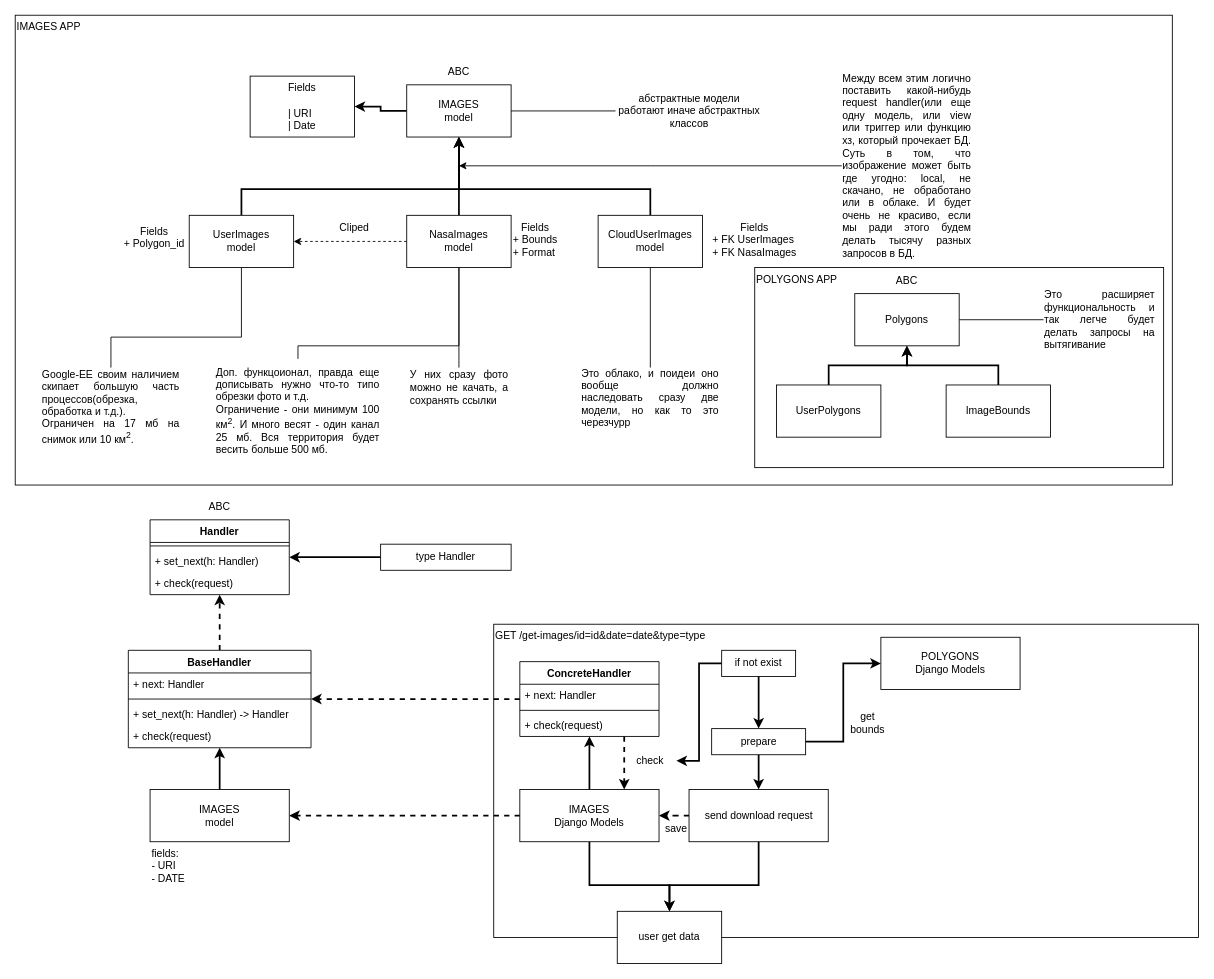
Earlier version of the draw.io diagram docs/backend-docs/models+logic.drawio (brodoshmigi/fgeovisor). Source tidied: cells renumbered, new cells numbered last; positions are measured from the earlier drawing's top-left corner, leaving out a move shared by most shapes. Both pictures are drawn from the tidied source at 87%, with x=0, y=0 at pixel (15, 15).
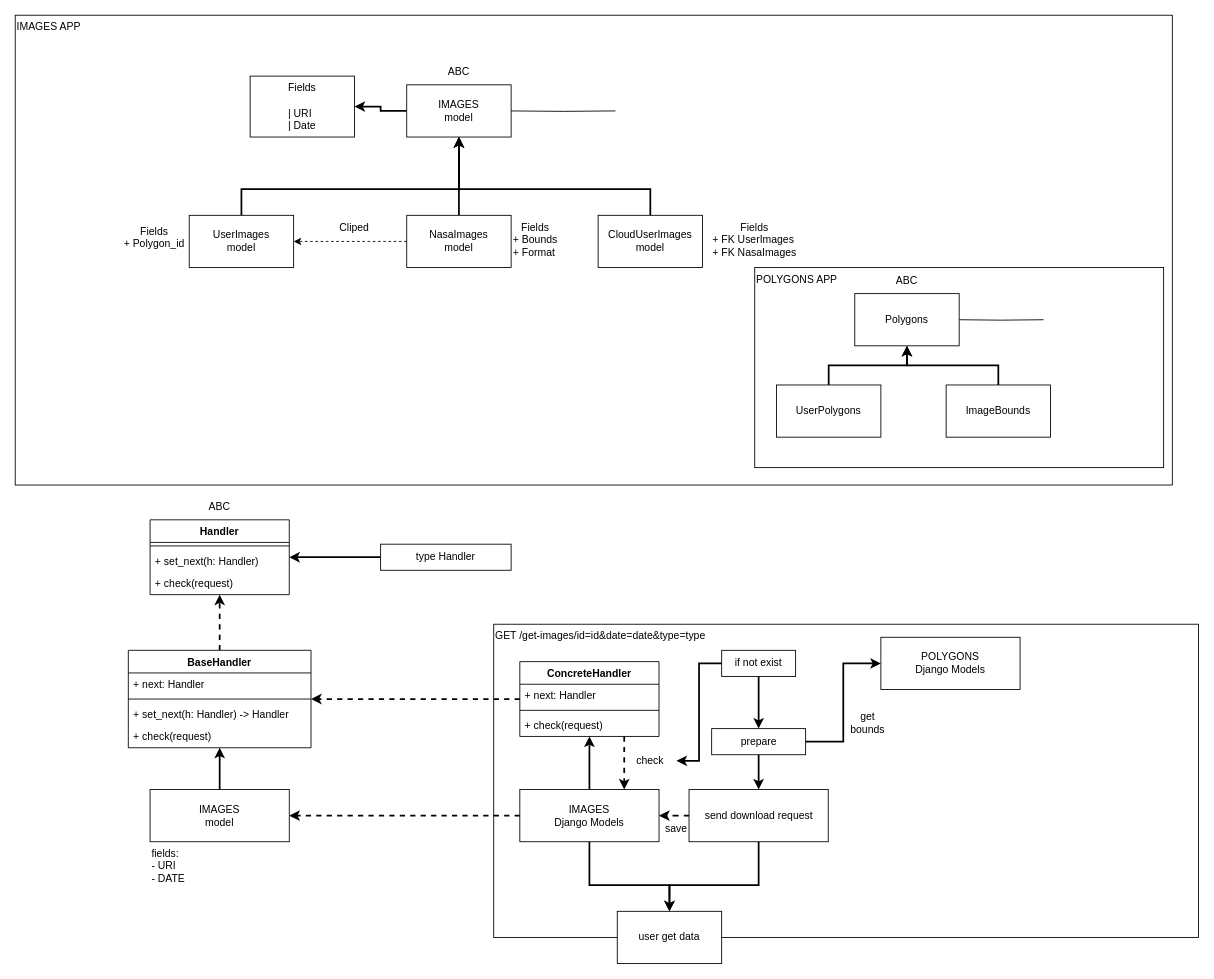
Above is the later version.

Unchanged cells that the change refers to:
```xml
<mxCell id="6" value="&lt;div&gt;IMAGES&lt;/div&gt;&lt;div&gt;model&lt;/div&gt;" style="rounded=0;whiteSpace=wrap;html=1;" parent="1" vertex="1">
  <mxGeometry x="450" y="80" width="120" height="60" as="geometry" />
</mxCell>
<mxCell id="8" value="&lt;div&gt;UserImages&lt;/div&gt;&lt;div&gt;model&lt;/div&gt;" style="rounded=0;whiteSpace=wrap;html=1;" parent="1" vertex="1">
  <mxGeometry x="200" y="230" width="120" height="60" as="geometry" />
</mxCell>
<mxCell id="13" value="&lt;div&gt;NasaImages&lt;/div&gt;&lt;div&gt;model&lt;/div&gt;" style="rounded=0;whiteSpace=wrap;html=1;" parent="1" vertex="1">
  <mxGeometry x="450" y="230" width="120" height="60" as="geometry" />
</mxCell>
<mxCell id="20" value="&lt;div&gt;CloudUserImages&lt;/div&gt;&lt;div&gt;model&lt;/div&gt;" style="rounded=0;whiteSpace=wrap;html=1;" parent="1" vertex="1">
  <mxGeometry x="670" y="230" width="120" height="60" as="geometry" />
</mxCell>
<mxCell id="35" value="Polygons" style="rounded=0;whiteSpace=wrap;html=1;" parent="1" vertex="1">
  <mxGeometry x="965" y="320" width="120" height="60" as="geometry" />
</mxCell>
```

Diff of the diagram source:
```diff
@@
-    <mxCell id="9" style="edgeStyle=orthogonalEdgeStyle;rounded=0;jettySize=auto;html=1;entryX=0.5;entryY=1;entryDx=0;entryDy=0;endArrow=none;endFill=0;" parent="1" edge="1" source="10" target="8">
-      <mxGeometry relative="1" as="geometry">
-        <Array as="points">
-          <mxPoint x="110" y="370" />
-          <mxPoint x="260" y="370" />
-        </Array>
-      </mxGeometry>
-    </mxCell>
-    <mxCell id="10" value="&lt;div align=&quot;justify&quot;&gt;Google-EE своим наличием скипает большую часть процессов(обрезка, обработка и т.д.).&amp;nbsp;&lt;/div&gt;&lt;div align=&quot;justify&quot;&gt;Ограничен на 17 мб на снимок или 10 км&lt;sup&gt;2&lt;/sup&gt;.&lt;/div&gt;" style="text;html=1;align=center;verticalAlign=middle;whiteSpace=wrap;rounded=0;" parent="1" vertex="1">
-      <mxGeometry x="30" y="405" width="160" height="90" as="geometry" />
-    </mxCell>
@@
-    <mxCell id="14" style="edgeStyle=orthogonalEdgeStyle;rounded=0;jettySize=auto;html=1;entryX=0.5;entryY=1;entryDx=0;entryDy=0;endArrow=none;endFill=0;" parent="1" edge="1" source="15" target="13">
-      <mxGeometry relative="1" as="geometry">
-        <Array as="points">
-          <mxPoint x="325" y="380" />
-          <mxPoint x="510" y="380" />
-        </Array>
-      </mxGeometry>
-    </mxCell>
-    <mxCell id="15" value="&lt;div align=&quot;justify&quot;&gt;Доп. функцоионал, правда еще дописывать нужно что-то типо обрезки фото и т.д.&lt;/div&gt;&lt;div align=&quot;justify&quot;&gt;Ограничение - они минимум 100 км&lt;sup&gt;2&lt;/sup&gt;. И много весят - один канал 25 мб. Вся территория будет весить больше 500 мб.&lt;/div&gt;" style="text;html=1;align=center;verticalAlign=middle;whiteSpace=wrap;rounded=0;" parent="1" vertex="1">
-      <mxGeometry x="230" y="395" width="190" height="120" as="geometry" />
-    </mxCell>
@@
-    <mxCell id="17" style="edgeStyle=orthogonalEdgeStyle;rounded=0;jettySize=auto;html=1;entryX=1;entryY=0.5;entryDx=0;entryDy=0;endArrow=none;endFill=0;" parent="1" edge="1" source="18" target="6">
-      <mxGeometry relative="1" as="geometry" />
+    <mxCell id="17" style="edgeStyle=orthogonalEdgeStyle;rounded=0;jettySize=auto;html=1;entryX=1;entryY=0.5;entryDx=0;entryDy=0;endArrow=none;endFill=0;" parent="1" edge="1" target="6">
+      <mxGeometry relative="1" as="geometry">
+        <mxPoint x="690" y="110" as="sourcePoint" />
+      </mxGeometry>
     </mxCell>
-    <mxCell id="18" value="абстрактные модели работают иначе абстрактных классов" style="text;html=1;align=center;verticalAlign=middle;whiteSpace=wrap;rounded=0;" parent="1" vertex="1">
-      <mxGeometry x="690" y="95" width="170" height="30" as="geometry" />
-    </mxCell>
@@
-    <mxCell id="21" style="edgeStyle=orthogonalEdgeStyle;rounded=0;jettySize=auto;html=1;entryX=0.5;entryY=1;entryDx=0;entryDy=0;endArrow=none;endFill=0;" parent="1" edge="1" source="22" target="13">
-      <mxGeometry relative="1" as="geometry" />
-    </mxCell>
-    <mxCell id="22" value="&lt;div align=&quot;justify&quot;&gt;У них сразу фото можно не качать, а сохранять ссылки&lt;/div&gt;" style="text;html=1;align=center;verticalAlign=middle;whiteSpace=wrap;rounded=0;" parent="1" vertex="1">
-      <mxGeometry x="452.5" y="405" width="115" height="45" as="geometry" />
-    </mxCell>
@@
-    <mxCell id="26" style="edgeStyle=orthogonalEdgeStyle;rounded=0;jettySize=auto;html=1;entryX=0.5;entryY=1;entryDx=0;entryDy=0;endArrow=none;endFill=0;" parent="1" edge="1" source="27" target="20">
-      <mxGeometry relative="1" as="geometry" />
-    </mxCell>
-    <mxCell id="27" value="&lt;div align=&quot;justify&quot;&gt;Это облако, и поидеи оно вообще должно наследовать сразу две модели, но как то это черезчурр&lt;/div&gt;" style="text;html=1;align=center;verticalAlign=middle;whiteSpace=wrap;rounded=0;" parent="1" vertex="1">
-      <mxGeometry x="650" y="405" width="160" height="70" as="geometry" />
-    </mxCell>
@@
-    <mxCell id="29" style="edgeStyle=orthogonalEdgeStyle;rounded=0;jettySize=auto;html=1;" parent="1" edge="1" source="30">
-      <mxGeometry relative="1" as="geometry">
-        <mxPoint x="510" y="173.1" as="targetPoint" />
-      </mxGeometry>
-    </mxCell>
-    <mxCell id="30" value="&lt;div align=&quot;justify&quot;&gt;Между всем этим логично поставить какой-нибудь request handler(или еще одну модель, или view или триггер или функцию хз, который прочекает БД. Суть в том, что изображение может быть где угодно: local, не скачано, не обработано или в облаке. И будет очень не красиво, если мы ради этого будем делать тысячу разных запросов в БД.&lt;/div&gt;" style="text;html=1;align=center;verticalAlign=middle;whiteSpace=wrap;rounded=0;" parent="1" vertex="1">
-      <mxGeometry x="950" y="70" width="150" height="206.2" as="geometry" />
-    </mxCell>
@@
-    <mxCell id="32" style="edgeStyle=orthogonalEdgeStyle;rounded=0;jettySize=auto;html=1;entryX=1;entryY=0.5;entryDx=0;entryDy=0;endArrow=none;endFill=0;" parent="1" edge="1" source="37" target="35">
-      <mxGeometry relative="1" as="geometry" />
+    <mxCell id="32" style="edgeStyle=orthogonalEdgeStyle;rounded=0;jettySize=auto;html=1;entryX=1;entryY=0.5;entryDx=0;entryDy=0;endArrow=none;endFill=0;" parent="1" edge="1" target="35">
+      <mxGeometry relative="1" as="geometry">
+        <mxPoint x="1182" y="350" as="sourcePoint" />
+      </mxGeometry>
     </mxCell>
@@
-    <mxCell id="37" value="&lt;div align=&quot;justify&quot;&gt;Это расширяет функциональность и так легче будет делать запросы на вытягивание&lt;/div&gt;" style="text;html=1;align=center;verticalAlign=middle;whiteSpace=wrap;rounded=0;" parent="1" vertex="1">
-      <mxGeometry x="1182" y="300" width="129" height="100" as="geometry" />
-    </mxCell>
```
